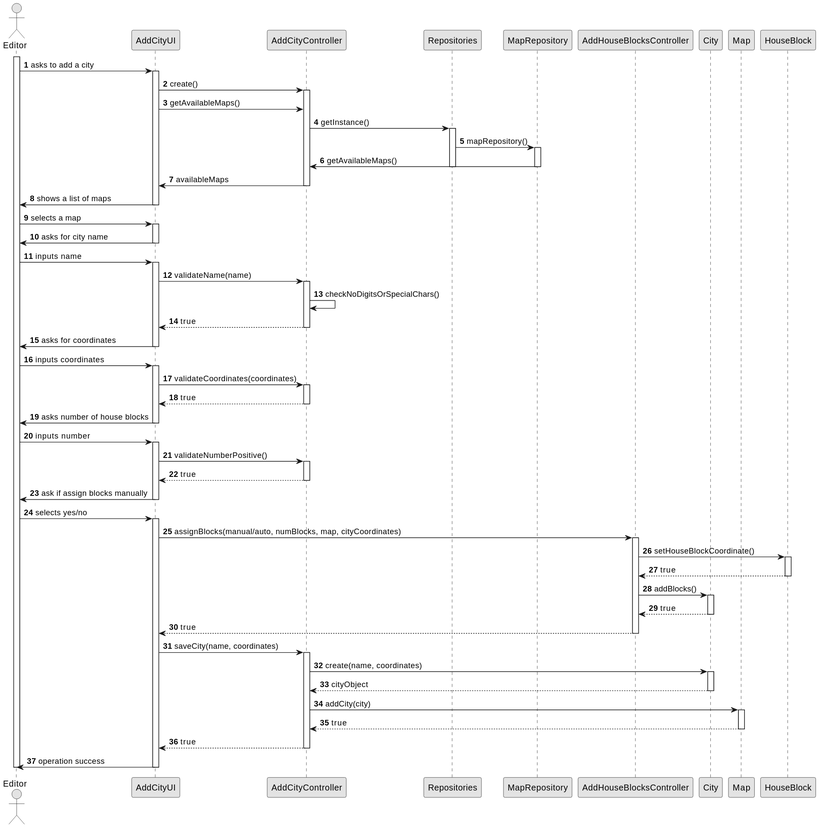
Before: docs/system-documentation/Sprint 2/US03/03.design/svg/US003-SD-full.svg, a diagram exported from PlantUML (HenriqueSilva18/Railway-Network-Simulator).
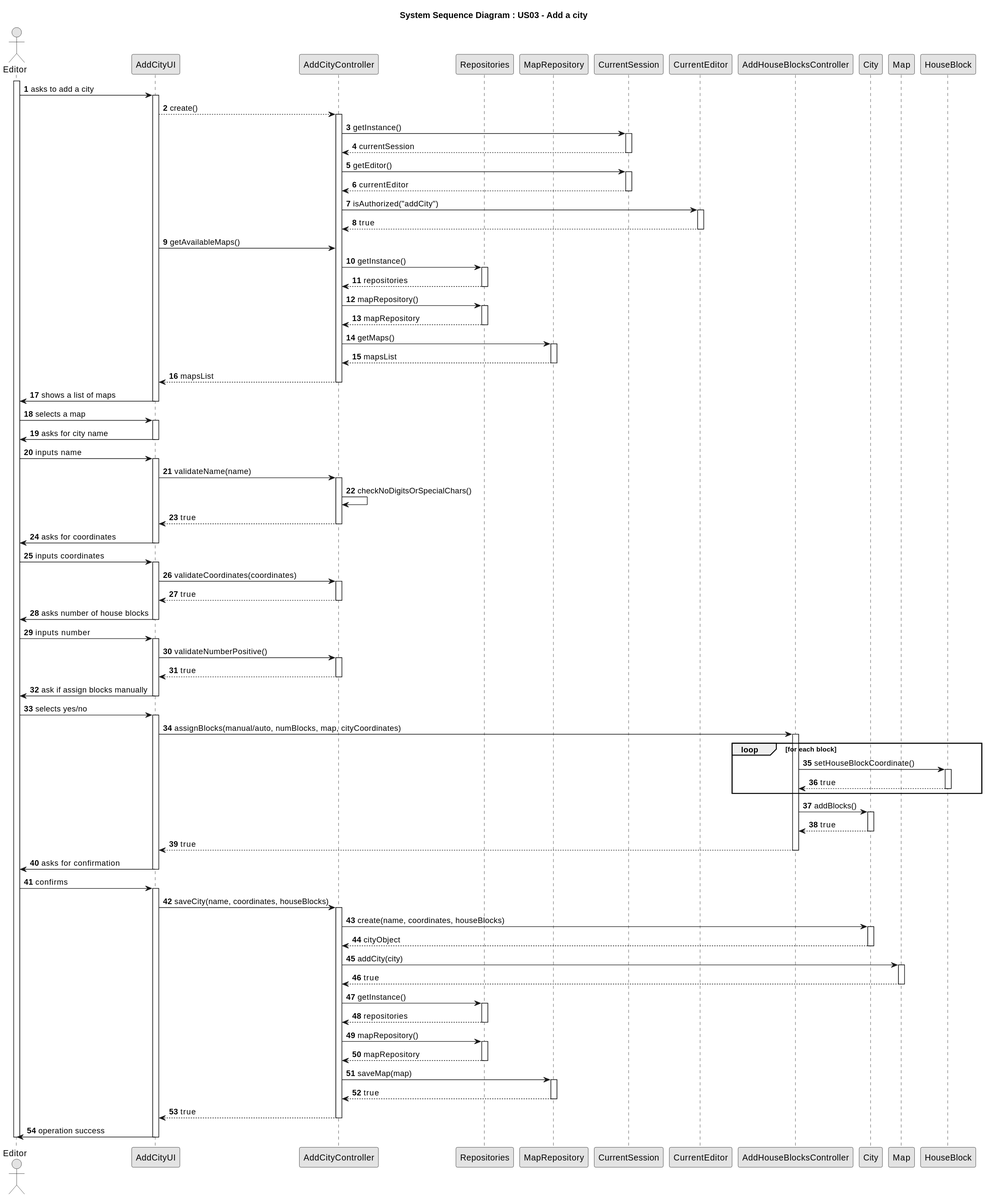
The same file after the commit.

Change to the diagram source:
```diff
@@ -4,11 +4,15 @@
 skinparam shadowing false
 autonumber
 
+title System Sequence Diagram : US03 - Add a city
+
 actor Editor
 participant AddCityUI
 participant AddCityController
 participant Repositories
 participant MapRepository
+participant CurrentSession
+participant CurrentEditor
 participant AddHouseBlocksController
 participant City
 participant Map
@@ -17,17 +21,36 @@
 activate Editor
 Editor -> AddCityUI : asks to add a city
 activate AddCityUI
-AddCityUI -> AddCityController : create()
+AddCityUI --> AddCityController : create()
 activate AddCityController
+
+AddCityController -> CurrentSession : getInstance()
+activate CurrentSession
+CurrentSession --> AddCityController : currentSession
+deactivate CurrentSession
+AddCityController -> CurrentSession : getEditor()
+activate CurrentSession
+CurrentSession --> AddCityController : currentEditor
+deactivate CurrentSession
+AddCityController -> CurrentEditor : isAuthorized("addCity")
+activate CurrentEditor
+CurrentEditor --> AddCityController : true
+deactivate CurrentEditor
+
 AddCityUI -> AddCityController : getAvailableMaps()
 AddCityController -> Repositories : getInstance()
 activate Repositories
-Repositories -> MapRepository : mapRepository()
+Repositories --> AddCityController : repositories
+deactivate Repositories
+AddCityController -> Repositories : mapRepository()
+activate Repositories
+Repositories --> AddCityController : mapRepository
+deactivate Repositories
+AddCityController -> MapRepository : getMaps()
 activate MapRepository
-MapRepository -> AddCityController : getAvailableMaps()
+MapRepository --> AddCityController : mapsList
 deactivate MapRepository
-deactivate Repositories
-AddCityController -> AddCityUI : availableMaps
+AddCityController --> AddCityUI : mapsList
 deactivate AddCityController
 AddCityUI -> Editor : shows a list of maps
 deactivate AddCityUI
@@ -68,10 +91,12 @@
 activate AddCityUI
 AddCityUI -> AddHouseBlocksController : assignBlocks(manual/auto, numBlocks, map, cityCoordinates)
 activate AddHouseBlocksController
+loop for each block
 AddHouseBlocksController -> HouseBlock : setHouseBlockCoordinate()
 activate HouseBlock
 HouseBlock --> AddHouseBlocksController : true
 deactivate HouseBlock
+end
 AddHouseBlocksController -> City : addBlocks()
 activate City
 City --> AddHouseBlocksController : true
@@ -79,9 +104,16 @@
 AddHouseBlocksController --> AddCityUI : true
 deactivate AddHouseBlocksController
 
-AddCityUI -> AddCityController : saveCity(name, coordinates)
+
+
+AddCityUI -> Editor : asks for confirmation
+deactivate AddCityUI
+Editor -> AddCityUI : confirms
+
+activate AddCityUI
+AddCityUI -> AddCityController : saveCity(name, coordinates, houseBlocks)
 activate AddCityController
-AddCityController -> City : create(name, coordinates)
+AddCityController -> City : create(name, coordinates, houseBlocks)
 activate City
 City --> AddCityController : cityObject
 deactivate City
@@ -89,6 +121,21 @@
 activate Map
 Map --> AddCityController : true
 deactivate Map
+
+
+AddCityController -> Repositories : getInstance()
+activate Repositories
+Repositories --> AddCityController : repositories
+deactivate Repositories
+AddCityController -> Repositories : mapRepository()
+activate Repositories
+Repositories --> AddCityController : mapRepository
+deactivate Repositories
+AddCityController -> MapRepository : saveMap(map)
+activate MapRepository
+MapRepository --> AddCityController : true
+deactivate MapRepository
+
 AddCityController --> AddCityUI : true
 deactivate AddCityController
 
```
